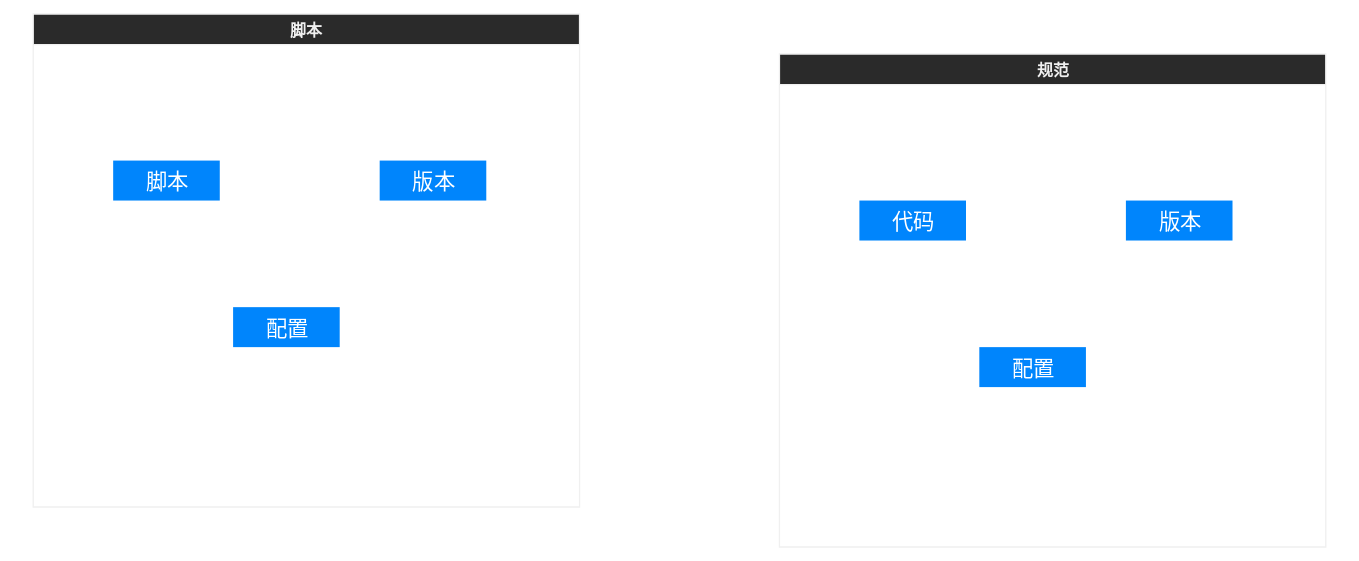
Earlier version of the draw.io export 笔记/前端/工程化/Untitled Diagram.svg (Echo-Yanglulu/obsidianPrivateNote). Source tidied: cells renumbered, new cells last; positions are measured from the earlier drawing's top-left corner, leaving out a move shared by most shapes.
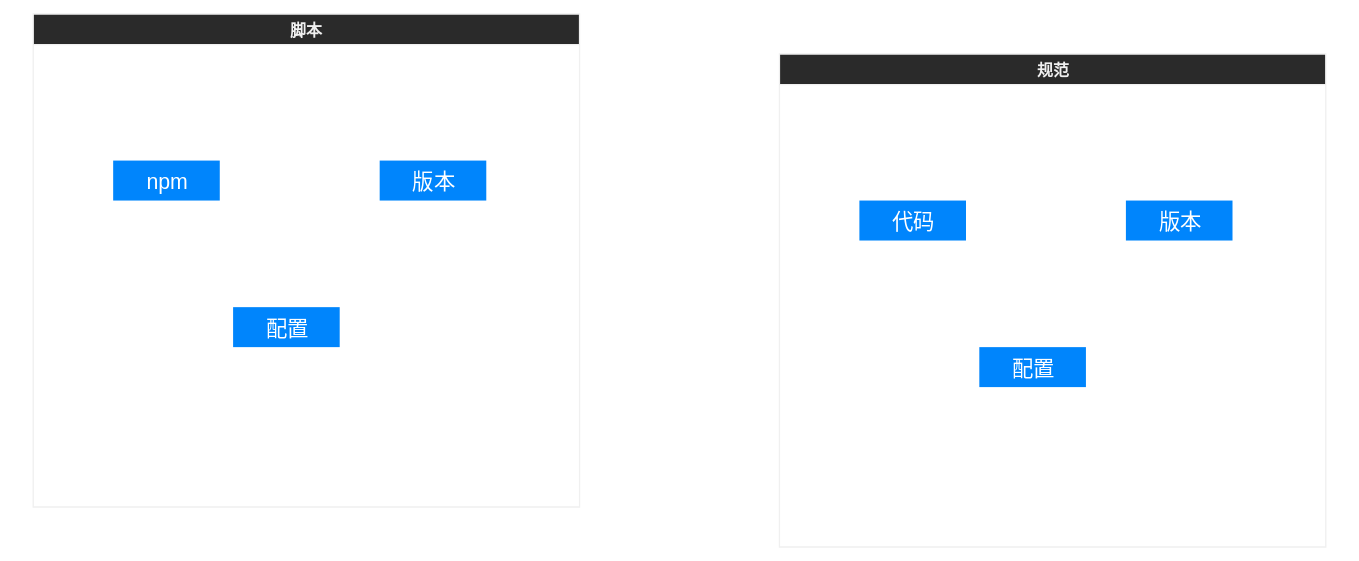
After the commit.

What changed in the source:
```diff
@@ -17,7 +17,7 @@
     <mxCell id="6" value="脚本" style="swimlane;" parent="1" vertex="1">
       <mxGeometry width="410" height="370" as="geometry" />
     </mxCell>
-    <mxCell id="7" value="脚本" style="html=1;shadow=0;dashed=0;shape=mxgraph.bootstrap.rrect;rSize=5;strokeColor=none;strokeWidth=1;fillColor=#0085FC;fontColor=#FFFFFF;whiteSpace=wrap;align=center;verticalAlign=middle;spacingLeft=0;fontStyle=0;fontSize=16;spacing=5;" parent="6" vertex="1">
+    <mxCell id="7" value="npm" style="html=1;shadow=0;dashed=0;shape=mxgraph.bootstrap.rrect;rSize=5;strokeColor=none;strokeWidth=1;fillColor=#0085FC;fontColor=#FFFFFF;whiteSpace=wrap;align=center;verticalAlign=middle;spacingLeft=0;fontStyle=0;fontSize=16;spacing=5;" parent="6" vertex="1">
       <mxGeometry x="60" y="110" width="80" height="30" as="geometry" />
     </mxCell>
     <mxCell id="8" value="版本" style="html=1;shadow=0;dashed=0;shape=mxgraph.bootstrap.rrect;rSize=5;strokeColor=none;strokeWidth=1;fillColor=#0085FC;fontColor=#FFFFFF;whiteSpace=wrap;align=center;verticalAlign=middle;spacingLeft=0;fontStyle=0;fontSize=16;spacing=5;" parent="6" vertex="1">
```
